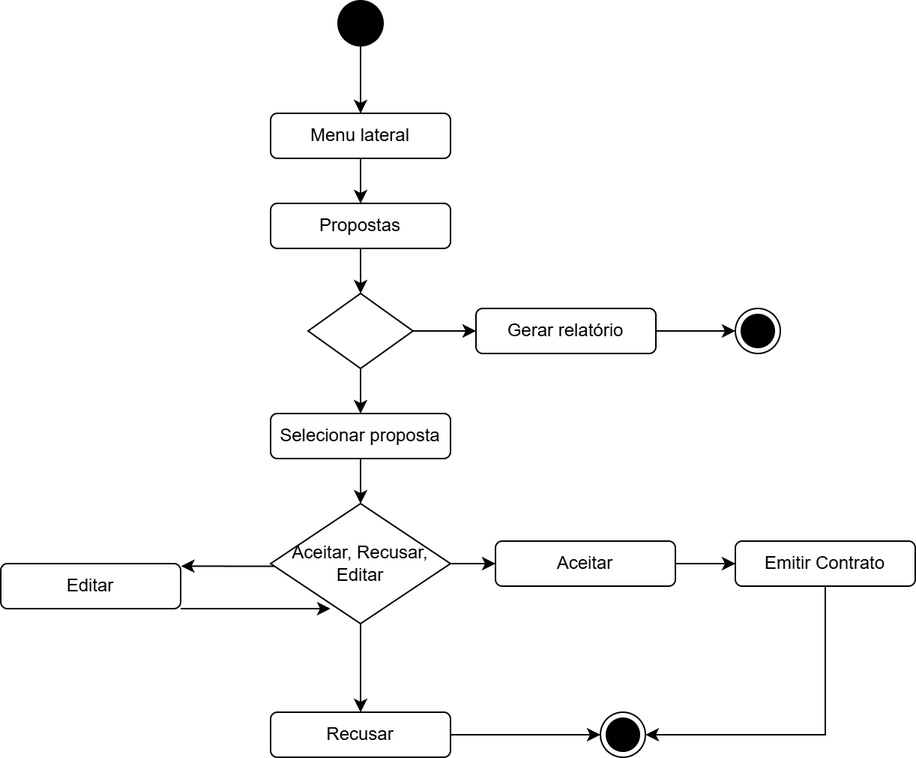
israel-bsi/realtyhub keeps this draw.io diagram as Diagramas/atividades/png/atv_gerenciamento_proposta.drawio.png. Above is the earlier version. Source tidied: cells renumbered, new cells last; positions are measured from the earlier drawing's top-left corner, leaving out a move shared by most shapes.
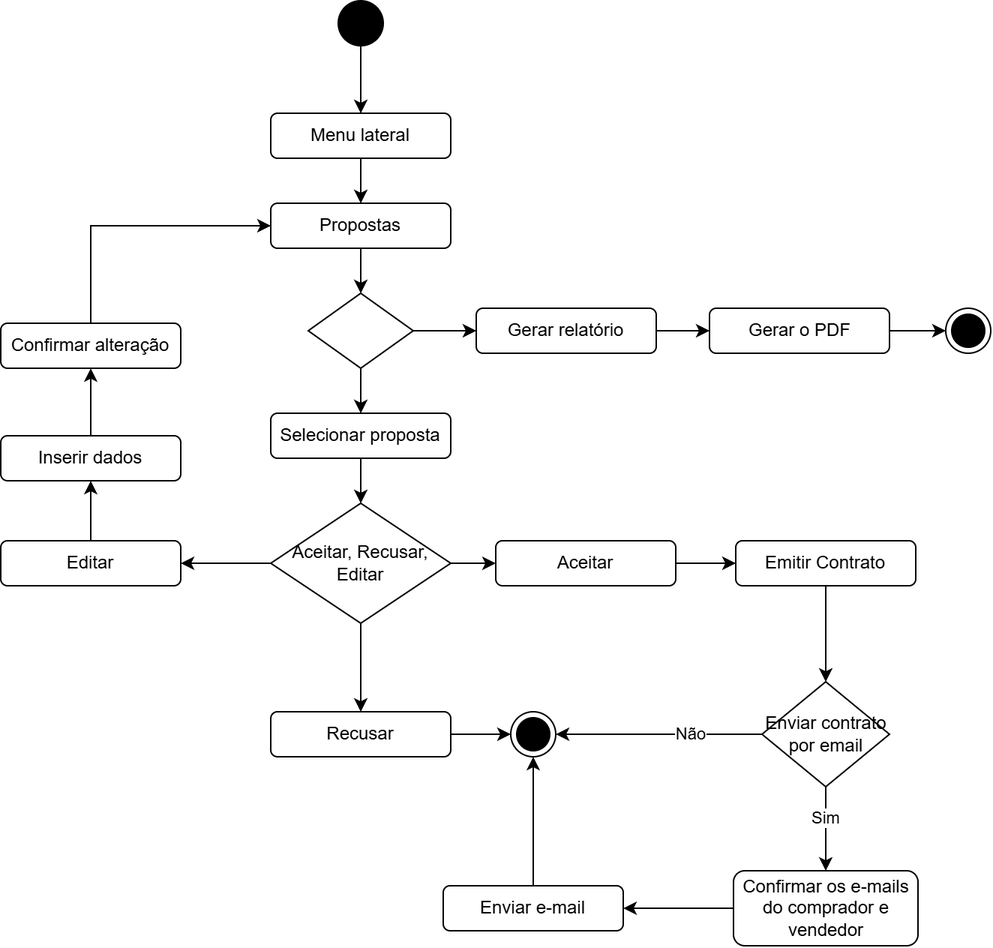
Later version of the same file.

Change to the diagram source:
```diff
@@ -2,9 +2,9 @@
   <root>
     <mxCell id="0" />
     <mxCell id="1" parent="0" />
-    <mxCell id="2" style="ellipse;fillColor=strokeColor;html=1;" parent="1" vertex="1">
-      <mxGeometry x="225" width="30" height="30" as="geometry" />
-    </mxCell>
+    <mxCell id="29" style="ellipse;fillColor=strokeColor;html=1;" parent="1" vertex="1">
+      <mxGeometry x="225" width="30" height="30" as="geometry" />
+    </mxCell>
     <mxCell id="3" style="edgeStyle=orthogonalEdgeStyle;rounded=0;jettySize=auto;html=1;" parent="1" edge="1" source="4" target="11">
       <mxGeometry relative="1" as="geometry" />
     </mxCell>
@@ -17,22 +17,18 @@
     <mxCell id="6" style="edgeStyle=orthogonalEdgeStyle;rounded=0;jettySize=auto;html=1;" parent="1" edge="1" source="8" target="15">
       <mxGeometry relative="1" as="geometry" />
     </mxCell>
-    <mxCell id="7" style="edgeStyle=orthogonalEdgeStyle;rounded=0;jettySize=auto;html=1;entryX=1.003;entryY=0.055;entryDx=0;entryDy=0;entryPerimeter=0;" parent="1" edge="1" source="8" target="16">
-      <mxGeometry relative="1" as="geometry">
-        <Array as="points">
-          <mxPoint x="150" y="377" />
-        </Array>
-      </mxGeometry>
+    <mxCell id="7" style="edgeStyle=orthogonalEdgeStyle;rounded=0;jettySize=auto;html=1;" parent="1" edge="1" source="8" target="16">
+      <mxGeometry relative="1" as="geometry" />
     </mxCell>
     <mxCell id="8" value="Aceitar, Recusar, Editar" style="rhombus;whiteSpace=wrap;html=1;" parent="1" vertex="1">
       <mxGeometry x="180" y="335" width="120" height="80" as="geometry" />
     </mxCell>
-    <mxCell id="9" style="edgeStyle=orthogonalEdgeStyle;html=1;" parent="1" edge="1" source="2" target="4">
-      <mxGeometry relative="1" as="geometry" />
-    </mxCell>
-    <mxCell id="10" style="edgeStyle=orthogonalEdgeStyle;rounded=0;jettySize=auto;html=1;" parent="1" edge="1" source="11" target="25">
-      <mxGeometry relative="1" as="geometry" />
-    </mxCell>
+    <mxCell id="30" style="edgeStyle=orthogonalEdgeStyle;html=1;" parent="1" edge="1" source="29" target="4">
+      <mxGeometry relative="1" as="geometry" />
+    </mxCell>
+    <mxCell id="31" style="edgeStyle=orthogonalEdgeStyle;rounded=0;jettySize=auto;html=1;" parent="1" edge="1" source="11" target="38">
+      <mxGeometry relative="1" as="geometry" />
+    </mxCell>
     <mxCell id="11" value="Propostas" style="rounded=1;whiteSpace=wrap;html=1;" parent="1" vertex="1">
       <mxGeometry x="180" y="135" width="120" height="30" as="geometry" />
     </mxCell>
@@ -42,59 +38,103 @@
     <mxCell id="13" value="Aceitar" style="rounded=1;whiteSpace=wrap;html=1;" parent="1" vertex="1">
       <mxGeometry x="330" y="360" width="120" height="30" as="geometry" />
     </mxCell>
-    <mxCell id="14" style="edgeStyle=orthogonalEdgeStyle;rounded=0;jettySize=auto;html=1;entryX=0;entryY=0.5;entryDx=0;entryDy=0;" parent="1" edge="1" source="15" target="19">
-      <mxGeometry relative="1" as="geometry" />
-    </mxCell>
+    <mxCell id="32" style="edgeStyle=orthogonalEdgeStyle;rounded=0;jettySize=auto;html=1;entryX=0;entryY=0.5;entryDx=0;entryDy=0;" parent="1" edge="1" source="15" target="35">
+      <mxGeometry relative="1" as="geometry" />
+    </mxCell>
     <mxCell id="15" value="Recusar" style="rounded=1;whiteSpace=wrap;html=1;" parent="1" vertex="1">
       <mxGeometry x="180" y="474" width="120" height="30" as="geometry" />
     </mxCell>
+    <mxCell id="33" style="edgeStyle=orthogonalEdgeStyle;rounded=0;jettySize=auto;html=1;" parent="1" edge="1" source="16" target="42">
+      <mxGeometry relative="1" as="geometry" />
+    </mxCell>
     <mxCell id="16" value="Editar" style="rounded=1;whiteSpace=wrap;html=1;" parent="1" vertex="1">
-      <mxGeometry y="375" width="120" height="30" as="geometry" />
+      <mxGeometry y="360" width="120" height="30" as="geometry" />
     </mxCell>
-    <mxCell id="17" style="edgeStyle=orthogonalEdgeStyle;rounded=0;jettySize=auto;html=1;entryX=1;entryY=0.5;entryDx=0;entryDy=0;" parent="1" edge="1" source="18" target="19">
-      <mxGeometry relative="1" as="geometry">
-        <Array as="points">
-          <mxPoint x="550" y="489" />
-        </Array>
-      </mxGeometry>
-    </mxCell>
+    <mxCell id="34" style="edgeStyle=orthogonalEdgeStyle;rounded=0;jettySize=auto;html=1;" parent="1" edge="1" source="18" target="49">
+      <mxGeometry relative="1" as="geometry" />
+    </mxCell>
     <mxCell id="18" value="Emitir Contrato" style="rounded=1;whiteSpace=wrap;html=1;" parent="1" vertex="1">
       <mxGeometry x="490" y="360" width="120" height="30" as="geometry" />
     </mxCell>
-    <mxCell id="19" style="ellipse;shape=endState;fillColor=strokeColor;html=1;" parent="1" vertex="1">
-      <mxGeometry x="400" y="474" width="30" height="30" as="geometry" />
-    </mxCell>
-    <mxCell id="20" style="edgeStyle=orthogonalEdgeStyle;rounded=0;jettySize=auto;html=1;exitX=1;exitY=1;exitDx=0;exitDy=0;entryX=0.333;entryY=0.875;entryDx=0;entryDy=0;entryPerimeter=0;" parent="1" edge="1" source="16" target="8">
-      <mxGeometry relative="1" as="geometry">
-        <Array as="points">
-          <mxPoint x="130" y="405" />
-          <mxPoint x="130" y="405" />
-        </Array>
-      </mxGeometry>
-    </mxCell>
+    <mxCell id="35" style="ellipse;shape=endState;fillColor=strokeColor;html=1;" parent="1" vertex="1">
+      <mxGeometry x="340" y="474" width="30" height="30" as="geometry" />
+    </mxCell>
     <mxCell id="21" style="edgeStyle=orthogonalEdgeStyle;rounded=0;jettySize=auto;html=1;" parent="1" edge="1" source="22" target="8">
       <mxGeometry relative="1" as="geometry" />
     </mxCell>
     <mxCell id="22" value="Selecionar proposta" style="rounded=1;whiteSpace=wrap;html=1;" parent="1" vertex="1">
       <mxGeometry x="180" y="275" width="120" height="30" as="geometry" />
     </mxCell>
-    <mxCell id="23" style="edgeStyle=orthogonalEdgeStyle;rounded=0;jettySize=auto;html=1;" parent="1" edge="1" source="25" target="22">
-      <mxGeometry relative="1" as="geometry" />
-    </mxCell>
-    <mxCell id="24" style="edgeStyle=orthogonalEdgeStyle;rounded=0;jettySize=auto;html=1;" parent="1" edge="1" source="25" target="27">
-      <mxGeometry relative="1" as="geometry" />
-    </mxCell>
-    <mxCell id="25" style="rhombus;whiteSpace=wrap;html=1;" parent="1" vertex="1">
-      <mxGeometry x="205" y="195" width="70" height="50" as="geometry" />
-    </mxCell>
-    <mxCell id="26" style="edgeStyle=orthogonalEdgeStyle;rounded=0;jettySize=auto;html=1;" parent="1" edge="1" source="27" target="28">
-      <mxGeometry relative="1" as="geometry" />
-    </mxCell>
+    <mxCell id="36" style="edgeStyle=orthogonalEdgeStyle;rounded=0;jettySize=auto;html=1;" parent="1" edge="1" source="38" target="22">
+      <mxGeometry relative="1" as="geometry" />
+    </mxCell>
+    <mxCell id="37" style="edgeStyle=orthogonalEdgeStyle;rounded=0;jettySize=auto;html=1;" parent="1" edge="1" source="38" target="27">
+      <mxGeometry relative="1" as="geometry" />
+    </mxCell>
+    <mxCell id="38" style="rhombus;whiteSpace=wrap;html=1;" parent="1" vertex="1">
+      <mxGeometry x="205" y="195" width="70" height="50" as="geometry" />
+    </mxCell>
+    <mxCell id="39" style="edgeStyle=orthogonalEdgeStyle;rounded=0;jettySize=auto;html=1;" parent="1" edge="1" source="27" target="55">
+      <mxGeometry relative="1" as="geometry" />
+    </mxCell>
     <mxCell id="27" value="Gerar relatório" style="rounded=1;whiteSpace=wrap;html=1;" parent="1" vertex="1">
       <mxGeometry x="317" y="205" width="120" height="30" as="geometry" />
     </mxCell>
-    <mxCell id="28" style="ellipse;shape=endState;fillColor=strokeColor;html=1;" parent="1" vertex="1">
-      <mxGeometry x="490" y="205" width="30" height="30" as="geometry" />
-    </mxCell>
+    <mxCell id="40" style="ellipse;shape=endState;fillColor=strokeColor;html=1;" parent="1" vertex="1">
+      <mxGeometry x="630" y="205" width="30" height="30" as="geometry" />
+    </mxCell>
+    <mxCell id="41" style="edgeStyle=orthogonalEdgeStyle;rounded=0;jettySize=auto;html=1;" parent="1" edge="1" source="42" target="44">
+      <mxGeometry relative="1" as="geometry" />
+    </mxCell>
+    <mxCell id="42" value="Inserir dados" style="rounded=1;whiteSpace=wrap;html=1;" parent="1" vertex="1">
+      <mxGeometry y="290" width="120" height="30" as="geometry" />
+    </mxCell>
+    <mxCell id="43" style="edgeStyle=orthogonalEdgeStyle;rounded=0;jettySize=auto;html=1;entryX=0;entryY=0.5;entryDx=0;entryDy=0;" parent="1" edge="1" source="44" target="11">
+      <mxGeometry relative="1" as="geometry">
+        <Array as="points">
+          <mxPoint x="60" y="150" />
+        </Array>
+      </mxGeometry>
+    </mxCell>
+    <mxCell id="44" value="Confirmar alteração" style="rounded=1;whiteSpace=wrap;html=1;" parent="1" vertex="1">
+      <mxGeometry y="215" width="120" height="30" as="geometry" />
+    </mxCell>
+    <mxCell id="45" style="edgeStyle=orthogonalEdgeStyle;rounded=0;jettySize=auto;html=1;entryX=1;entryY=0.5;entryDx=0;entryDy=0;" parent="1" edge="1" source="49" target="35">
+      <mxGeometry relative="1" as="geometry" />
+    </mxCell>
+    <mxCell id="46" value="Não" style="edgeLabel;html=1;align=center;verticalAlign=middle;" parent="45" vertex="1">
+      <mxGeometry x="-0.11" y="3" relative="1" as="geometry">
+        <mxPoint x="14" y="-3" as="offset" />
+      </mxGeometry>
+    </mxCell>
+    <mxCell id="47" style="edgeStyle=orthogonalEdgeStyle;rounded=0;jettySize=auto;html=1;" parent="1" edge="1" source="49" target="51">
+      <mxGeometry relative="1" as="geometry" />
+    </mxCell>
+    <mxCell id="48" value="Sim" style="edgeLabel;html=1;align=center;verticalAlign=middle;" parent="47" vertex="1">
+      <mxGeometry x="-0.27" y="2" relative="1" as="geometry">
+        <mxPoint x="-2" as="offset" />
+      </mxGeometry>
+    </mxCell>
+    <mxCell id="49" value="Enviar contrato por email" style="rhombus;whiteSpace=wrap;html=1;" parent="1" vertex="1">
+      <mxGeometry x="507.5" y="454" width="85" height="70" as="geometry" />
+    </mxCell>
+    <mxCell id="50" style="edgeStyle=orthogonalEdgeStyle;rounded=0;jettySize=auto;html=1;" parent="1" edge="1" source="51" target="53">
+      <mxGeometry relative="1" as="geometry" />
+    </mxCell>
+    <mxCell id="51" value="Confirmar os e-mails do comprador e vendedor" style="rounded=1;whiteSpace=wrap;html=1;" parent="1" vertex="1">
+      <mxGeometry x="488.5" y="580" width="123" height="50" as="geometry" />
+    </mxCell>
+    <mxCell id="52" style="edgeStyle=orthogonalEdgeStyle;rounded=0;jettySize=auto;html=1;entryX=0.5;entryY=1;entryDx=0;entryDy=0;" parent="1" edge="1" source="53" target="35">
+      <mxGeometry relative="1" as="geometry" />
+    </mxCell>
+    <mxCell id="53" value="Enviar e-mail" style="rounded=1;whiteSpace=wrap;html=1;" parent="1" vertex="1">
+      <mxGeometry x="295" y="590" width="120" height="30" as="geometry" />
+    </mxCell>
+    <mxCell id="54" style="edgeStyle=orthogonalEdgeStyle;rounded=0;jettySize=auto;html=1;" parent="1" edge="1" source="55" target="40">
+      <mxGeometry relative="1" as="geometry" />
+    </mxCell>
+    <mxCell id="55" value="Gerar o PDF" style="rounded=1;whiteSpace=wrap;html=1;" parent="1" vertex="1">
+      <mxGeometry x="472.5" y="205" width="120" height="30" as="geometry" />
+    </mxCell>
   </root>
 </mxGraphModel>
```
